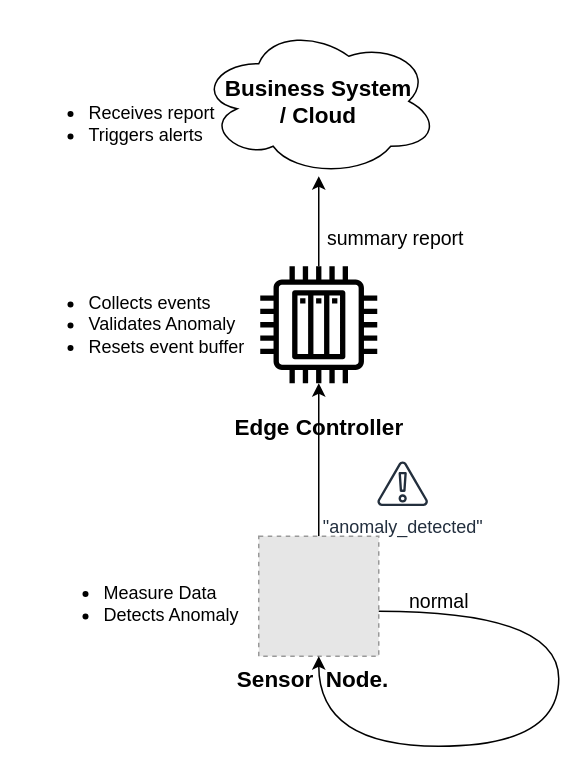
The draw.io diagram iot/IoT.drawio in Prof-it/formal-verification, before the edit. Source tidied: cells renumbered, new cells numbered last; positions are measured from the earlier drawing's top-left corner, leaving out a move shared by most shapes. Both pictures are drawn from the tidied source at 150%, with x=0, y=0 at pixel (26, 26). Pictures stored in the file or linked from it are replaced by grey dashed boxes.
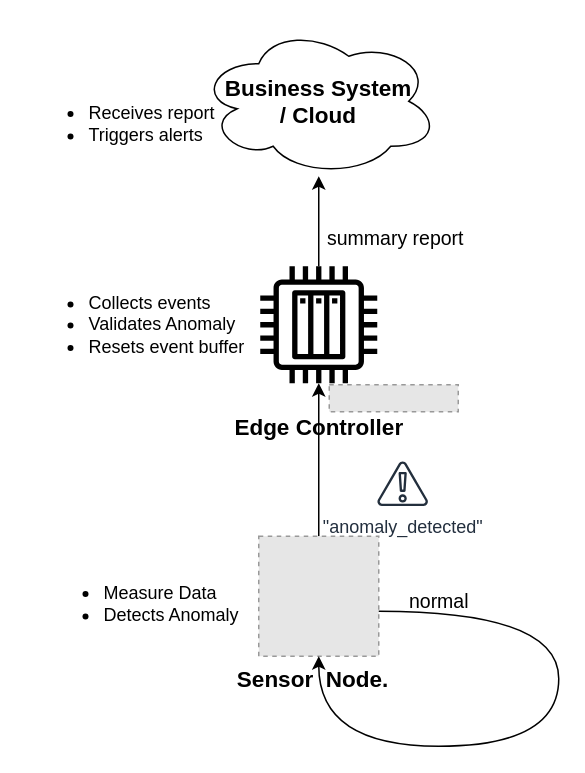
The same diagram, later.

What changed in the source:
```diff
@@
 <mxGraphModel>
   <root>
     <mxCell id="0" />
     <mxCell id="1" parent="0" />
     <mxCell id="2" style="edgeStyle=orthogonalEdgeStyle;rounded=0;jettySize=auto;html=1;" parent="1" edge="1" source="3" target="8">
       <mxGeometry relative="1" as="geometry" />
     </mxCell>
     <mxCell id="3" value="&lt;font style=&quot;font-size: 15px;&quot;&gt;&lt;b&gt;Sensor&amp;nbsp; Node.&amp;nbsp;&amp;nbsp;&lt;/b&gt;&lt;/font&gt;" style="fillColor=#E6E6E6;strokeColor=#999999;dashed=1;html=1;verticalAlign=top;verticalLabelPosition=bottom;labelBackgroundColor=#ffffff;" parent="1" vertex="1">
       <mxGeometry x="155" y="340" width="80" height="80" as="geometry" />
     </mxCell>
     <mxCell id="4" value="&quot;anomaly_detected&quot;" style="sketch=0;fontColor=#232F3E;gradientColor=none;fillColor=#232F3D;strokeColor=none;dashed=0;verticalLabelPosition=bottom;verticalAlign=top;align=center;html=1;fontSize=12;fontStyle=0;shape=mxgraph.aws4.alert;" parent="1" vertex="1">
       <mxGeometry x="234" y="290" width="33.9" height="30" as="geometry" />
     </mxCell>
     <mxCell id="5" style="edgeStyle=orthogonalEdgeStyle;rounded=0;orthogonalLoop=1;jettySize=auto;html=1;curved=1;entryX=0.5;entryY=1;entryDx=0;entryDy=0;" parent="1" edge="1" source="3" target="3">
       <mxGeometry relative="1" as="geometry">
         <Array as="points">
           <mxPoint x="355" y="390" />
           <mxPoint x="355" y="480" />
           <mxPoint x="195" y="480" />
         </Array>
       </mxGeometry>
     </mxCell>
     <mxCell id="6" value="&lt;font style=&quot;font-size: 13px;&quot;&gt;normal&lt;/font&gt;" style="text;html=1;align=center;verticalAlign=middle;strokeColor=none;fillColor=none;" parent="1" vertex="1">
       <mxGeometry x="245" y="368" width="60" height="30" as="geometry" />
     </mxCell>
     <mxCell id="7" style="edgeStyle=orthogonalEdgeStyle;rounded=0;jettySize=auto;html=1;" parent="1" edge="1" source="8" target="9">
       <mxGeometry relative="1" as="geometry" />
     </mxCell>
     <mxCell id="8" value="&lt;h3&gt;&lt;font style=&quot;color: rgb(0, 0, 0); font-size: 15px;&quot;&gt;Edge Controller&lt;/font&gt;&lt;/h3&gt;" style="sketch=0;outlineConnect=0;dashed=0;verticalLabelPosition=bottom;verticalAlign=top;align=center;html=1;fontSize=12;fontStyle=0;shape=mxgraph.aws4.iot_thing_plc;fillColor=light-dark(#000000, #198cc4);fontColor=#ffffff;strokeColor=#006EAF;" parent="1" vertex="1">
       <mxGeometry x="156" y="160" width="78" height="78" as="geometry" />
     </mxCell>
     <mxCell id="9" value="&lt;font style=&quot;font-size: 15px;&quot;&gt;&lt;b style=&quot;&quot;&gt;Business System&lt;/b&gt;&lt;/font&gt;&lt;div&gt;&lt;font style=&quot;font-size: 15px;&quot;&gt;&lt;b style=&quot;&quot;&gt;/ Cloud&lt;/b&gt;&lt;/font&gt;&lt;/div&gt;" style="ellipse;shape=cloud;whiteSpace=wrap;html=1;" parent="1" vertex="1">
       <mxGeometry x="115" width="160" height="100" as="geometry" />
     </mxCell>
     <mxCell id="10" value="&lt;ul&gt;&lt;li&gt;Measure Data&lt;/li&gt;&lt;li&gt;Detects Anomaly&lt;/li&gt;&lt;/ul&gt;" style="text;html=1;align=left;verticalAlign=middle;strokeColor=none;fillColor=none;" parent="1" vertex="1">
       <mxGeometry x="10" y="350" width="150" height="70" as="geometry" />
     </mxCell>
     <mxCell id="11" value="&lt;ul&gt;&lt;li&gt;&lt;span style=&quot;background-color: transparent; color: light-dark(rgb(0, 0, 0), rgb(255, 255, 255));&quot;&gt;Collects events&lt;/span&gt;&lt;/li&gt;&lt;li&gt;&lt;span style=&quot;background-color: transparent; color: light-dark(rgb(0, 0, 0), rgb(255, 255, 255));&quot;&gt;Validates Anomaly&lt;/span&gt;&lt;/li&gt;&lt;li&gt;&lt;span style=&quot;background-color: transparent; color: light-dark(rgb(0, 0, 0), rgb(255, 255, 255));&quot;&gt;Resets event buffer&lt;/span&gt;&lt;/li&gt;&lt;/ul&gt;" style="text;html=1;align=left;verticalAlign=middle;strokeColor=none;fillColor=none;" parent="1" vertex="1">
       <mxGeometry y="159" width="170" height="80" as="geometry" />
     </mxCell>
     <mxCell id="12" value="&lt;font style=&quot;font-size: 13px;&quot;&gt;summary report&lt;/font&gt;" style="edgeLabel;html=1;align=center;verticalAlign=middle;" parent="1" vertex="1">
       <mxGeometry x="245" y="140" as="geometry" />
     </mxCell>
     <mxCell id="13" value="&lt;ul&gt;&lt;li&gt;&lt;span style=&quot;background-color: transparent; color: light-dark(rgb(0, 0, 0), rgb(255, 255, 255));&quot;&gt;Receives report&lt;/span&gt;&lt;/li&gt;&lt;li&gt;Triggers alerts&lt;/li&gt;&lt;/ul&gt;" style="text;html=1;align=left;verticalAlign=middle;strokeColor=none;fillColor=none;" parent="1" vertex="1">
       <mxGeometry y="30" width="150" height="70" as="geometry" />
     </mxCell>
+    <mxCell id="14" style="fillColor=#E6E6E6;strokeColor=#999999;dashed=1;verticalLabelPosition=bottom;labelBackgroundColor=default;verticalAlign=top;" parent="1" vertex="1">
+      <mxGeometry x="202" y="239" width="86" height="18" as="geometry" />
+    </mxCell>
   </root>
 </mxGraphModel>
```
